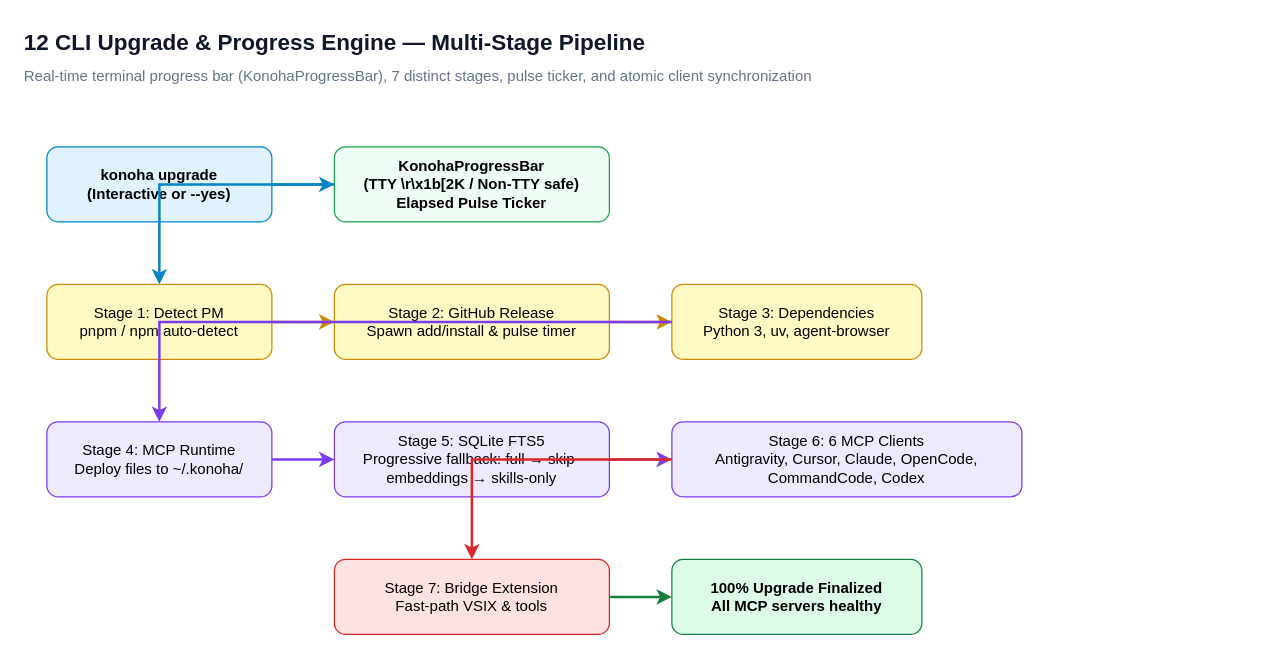
The draw.io diagram page "12 CLI Upgrade & Progress Engine" (12 of 12) of docs/diagrams/konoha-architecture.drawio in andycungkrinx91/konoha, before the edit. Source tidied: cells renumbered, new cells numbered last; positions are measured from the earlier drawing's top-left corner, leaving out a move shared by most shapes. Both pictures are drawn from the tidied source at 125%, with x=0, y=0 at pixel (21, 21).
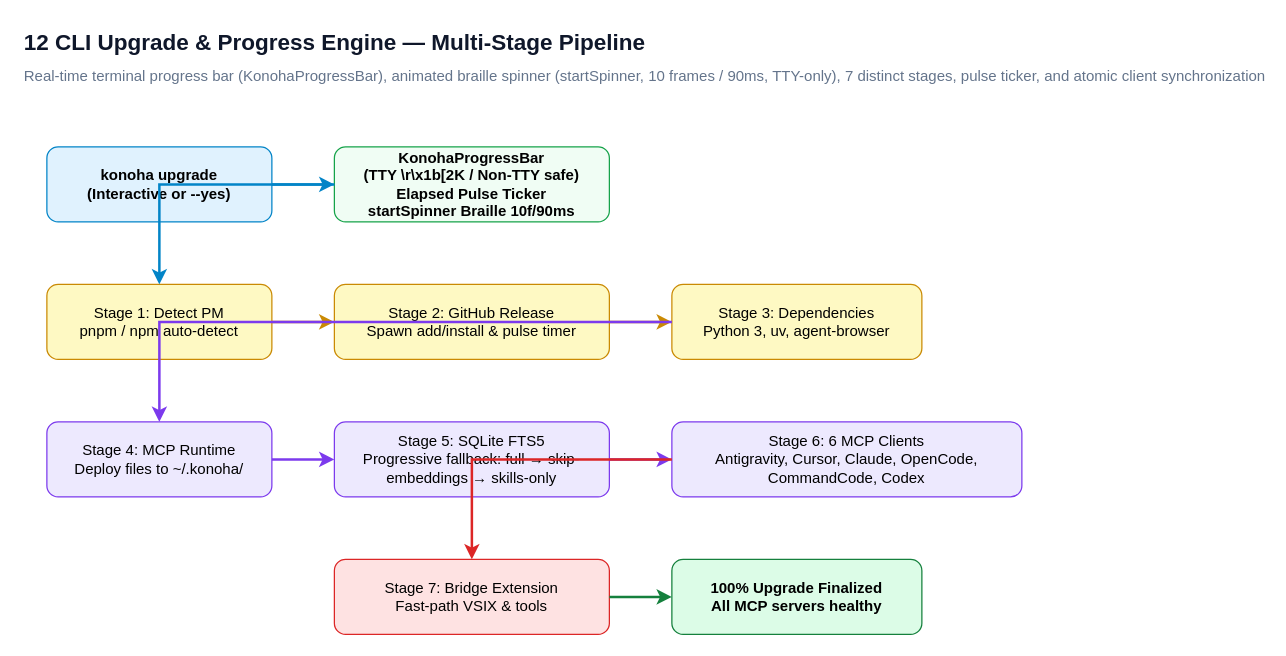
The same page after the edit.

The edit, as a diff of the source:
```diff
@@
-    <mxCell id="3" value="Real-time terminal progress bar (KonohaProgressBar), 7 distinct stages, pulse ticker, and atomic client synchronization" style="text;html=1;fontSize=12;fontColor=#64748b;" parent="1" vertex="1">
+    <mxCell id="3" value="Real-time terminal progress bar (KonohaProgressBar), animated braille spinner (startSpinner, 10 frames / 90ms, TTY-only), 7 distinct stages, pulse ticker, and atomic client synchronization" style="text;html=1;fontSize=12;fontColor=#64748b;" parent="1" vertex="1">
       <mxGeometry y="30" width="800" height="20" as="geometry" />
     </mxCell>
@@
-    <mxCell id="5" value="KonohaProgressBar&#10;(TTY \r\x1b[2K / Non-TTY safe)&#10;Elapsed Pulse Ticker" style="rounded=1;whiteSpace=wrap;html=1;fillColor=#f0fdf4;strokeColor=#16a34a;fontStyle=1;" parent="1" vertex="1">
+    <mxCell id="5" value="KonohaProgressBar&#10;(TTY \r\x1b[2K / Non-TTY safe)&#10;Elapsed Pulse Ticker&#10;startSpinner Braille 10f/90ms" style="rounded=1;whiteSpace=wrap;html=1;fillColor=#f0fdf4;strokeColor=#16a34a;fontStyle=1;" parent="1" vertex="1">
       <mxGeometry x="250" y="100" width="220" height="60" as="geometry" />
     </mxCell>
```
